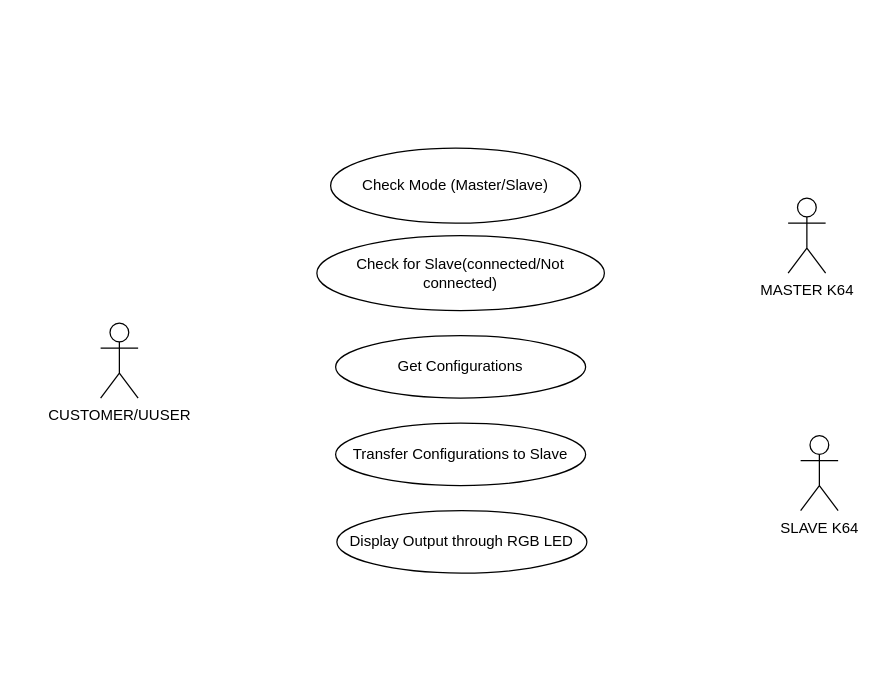
Before: LARA_usecase.drawio in francis-job/BLOCK_DIAGRAMS, a draw.io diagram. Source tidied: cells renumbered, new cells numbered last; positions are measured from the earlier drawing's top-left corner, leaving out a move shared by most shapes. Both pictures are drawn from the tidied source at 125%, with x=0, y=0 at pixel (100, 148).
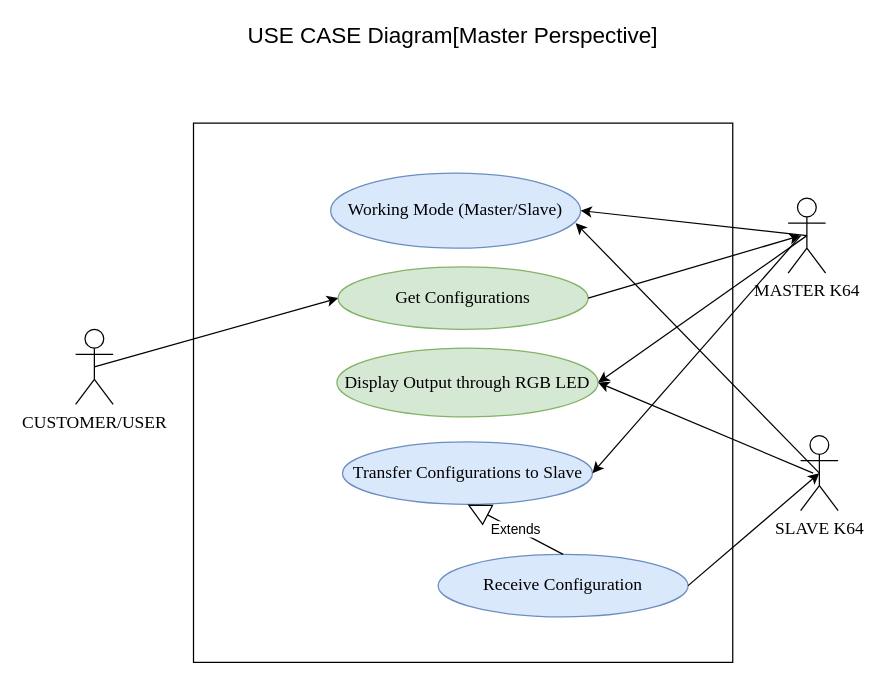
After the change.

What changed in the source:
```diff
@@
+    <mxCell id="10" style="whiteSpace=wrap;html=1;" parent="1" vertex="1">
+      <mxGeometry x="74.3" y="-20" width="431.4" height="431.4" as="geometry" />
+    </mxCell>
-    <mxCell id="2" value="Check Mode (Master/Slave)" style="ellipse;whiteSpace=wrap;html=1;" parent="1" vertex="1">
-      <mxGeometry x="184" width="200" height="60" as="geometry" />
+    <mxCell id="2" value="&lt;font style=&quot;font-size: 14px&quot; face=&quot;Times New Roman&quot;&gt;Working Mode (Master/Slave)&lt;/font&gt;" style="ellipse;whiteSpace=wrap;html=1;fillColor=#dae8fc;strokeColor=#6c8ebf;" parent="1" vertex="1">
+      <mxGeometry x="184" y="20" width="200" height="60" as="geometry" />
     </mxCell>
-    <mxCell id="3" value="Check for Slave(connected/Not connected)" style="ellipse;whiteSpace=wrap;html=1;" parent="1" vertex="1">
-      <mxGeometry x="173" y="70" width="230" height="60" as="geometry" />
-    </mxCell>
-    <mxCell id="4" value="Get Configurations" style="ellipse;whiteSpace=wrap;html=1;" parent="1" vertex="1">
-      <mxGeometry x="188" y="150" width="200" height="50" as="geometry" />
+    <mxCell id="4" value="&lt;font style=&quot;font-size: 14px&quot; face=&quot;Times New Roman&quot;&gt;Get Configurations&lt;/font&gt;" style="ellipse;whiteSpace=wrap;html=1;fillColor=#d5e8d4;strokeColor=#82b366;" parent="1" vertex="1">
+      <mxGeometry x="190" y="95" width="200" height="50" as="geometry" />
     </mxCell>
-    <mxCell id="5" value="Transfer Configurations to Slave" style="ellipse;whiteSpace=wrap;html=1;" parent="1" vertex="1">
-      <mxGeometry x="188" y="220" width="200" height="50" as="geometry" />
+    <mxCell id="5" value="&lt;font style=&quot;font-size: 14px&quot; face=&quot;Times New Roman&quot;&gt;Transfer Configurations to Slave&lt;/font&gt;" style="ellipse;whiteSpace=wrap;html=1;fillColor=#dae8fc;strokeColor=#6c8ebf;" parent="1" vertex="1">
+      <mxGeometry x="193.5" y="235" width="200" height="50" as="geometry" />
     </mxCell>
-    <mxCell id="6" value="Display Output through RGB LED" style="ellipse;whiteSpace=wrap;html=1;" parent="1" vertex="1">
-      <mxGeometry x="189" y="290" width="200" height="50" as="geometry" />
+    <mxCell id="6" value="&lt;font style=&quot;font-size: 14px&quot; face=&quot;Times New Roman&quot;&gt;Display Output through RGB LED&lt;/font&gt;" style="ellipse;whiteSpace=wrap;html=1;fillColor=#d5e8d4;strokeColor=#82b366;" parent="1" vertex="1">
+      <mxGeometry x="189" y="160" width="209" height="55" as="geometry" />
     </mxCell>
-    <mxCell id="7" value="CUSTOMER/UUSER" style="shape=umlActor;verticalLabelPosition=bottom;verticalAlign=top;html=1;" parent="1" vertex="1">
-      <mxGeometry y="140" width="30" height="60" as="geometry" />
+    <mxCell id="7" value="&lt;font face=&quot;Times New Roman&quot; style=&quot;font-size: 14px&quot;&gt;CUSTOMER/USER&lt;/font&gt;" style="shape=umlActor;verticalLabelPosition=bottom;verticalAlign=top;html=1;" parent="1" vertex="1">
+      <mxGeometry x="-20" y="145" width="30" height="60" as="geometry" />
     </mxCell>
-    <mxCell id="8" value="MASTER K64" style="shape=umlActor;verticalLabelPosition=bottom;verticalAlign=top;html=1;direction=east;" parent="1" vertex="1">
+    <mxCell id="8" value="&lt;font style=&quot;font-size: 14px&quot; face=&quot;Times New Roman&quot;&gt;MASTER K64&lt;/font&gt;" style="shape=umlActor;verticalLabelPosition=bottom;verticalAlign=top;html=1;direction=east;" parent="1" vertex="1">
       <mxGeometry x="550" y="40" width="30" height="60" as="geometry" />
     </mxCell>
-    <mxCell id="9" value="SLAVE K64" style="shape=umlActor;verticalLabelPosition=bottom;verticalAlign=top;html=1;" parent="1" vertex="1">
+    <mxCell id="9" value="&lt;font face=&quot;Times New Roman&quot; style=&quot;font-size: 14px&quot;&gt;SLAVE K64&lt;/font&gt;" style="shape=umlActor;verticalLabelPosition=bottom;verticalAlign=top;html=1;" parent="1" vertex="1">
       <mxGeometry x="560" y="230" width="30" height="60" as="geometry" />
     </mxCell>
+    <mxCell id="11" value="&lt;font style=&quot;font-size: 18px&quot;&gt;USE CASE Diagram[Master Perspective]&amp;nbsp;&lt;/font&gt;" style="text;html=1;align=center;verticalAlign=middle;" parent="1" vertex="1">
+      <mxGeometry x="109" y="-100" width="350" height="20" as="geometry" />
+    </mxCell>
+    <mxCell id="12" style="endArrow=classic;html=1;exitX=0.5;exitY=0.5;exitDx=0;exitDy=0;exitPerimeter=0;entryX=0;entryY=0.5;entryDx=0;entryDy=0;" parent="1" edge="1" source="7" target="4">
+      <mxGeometry relative="1" as="geometry" />
+    </mxCell>
+    <mxCell id="13" style="endArrow=classic;html=1;exitX=0.5;exitY=0.5;exitDx=0;exitDy=0;exitPerimeter=0;entryX=1;entryY=0.5;entryDx=0;entryDy=0;" parent="1" edge="1" source="8" target="2">
+      <mxGeometry relative="1" as="geometry" />
+    </mxCell>
+    <mxCell id="14" style="endArrow=classic;html=1;entryX=1;entryY=0.5;entryDx=0;entryDy=0;exitX=1;exitY=0.5;exitDx=0;exitDy=0;" parent="1" edge="1" source="4">
+      <mxGeometry relative="1" as="geometry">
+        <mxPoint x="560" y="70" as="targetPoint" />
+      </mxGeometry>
+    </mxCell>
+    <mxCell id="15" style="endArrow=classic;html=1;entryX=1;entryY=0.5;entryDx=0;entryDy=0;" parent="1" edge="1" target="5">
+      <mxGeometry relative="1" as="geometry">
+        <mxPoint x="560" y="70" as="sourcePoint" />
+      </mxGeometry>
+    </mxCell>
+    <mxCell id="16" style="endArrow=classic;html=1;exitX=0.5;exitY=0.5;exitDx=0;exitDy=0;exitPerimeter=0;entryX=0.98;entryY=0.667;entryDx=0;entryDy=0;entryPerimeter=0;" parent="1" edge="1" source="9" target="2">
+      <mxGeometry relative="1" as="geometry" />
+    </mxCell>
+    <mxCell id="17" value="&lt;font style=&quot;font-size: 14px&quot; face=&quot;Times New Roman&quot;&gt;Receive Configuration&lt;/font&gt;" style="ellipse;whiteSpace=wrap;html=1;fillColor=#dae8fc;strokeColor=#6c8ebf;" parent="1" vertex="1">
+      <mxGeometry x="270" y="325" width="200" height="50" as="geometry" />
+    </mxCell>
+    <mxCell id="18" style="endArrow=classic;html=1;exitX=1;exitY=0.5;exitDx=0;exitDy=0;entryX=0.5;entryY=0.5;entryDx=0;entryDy=0;entryPerimeter=0;" parent="1" edge="1" source="17" target="9">
+      <mxGeometry relative="1" as="geometry" />
+    </mxCell>
+    <mxCell id="19" value="Extends" style="endArrow=block;endSize=16;endFill=0;html=1;entryX=0.5;entryY=1;entryDx=0;entryDy=0;exitX=0.5;exitY=0;exitDx=0;exitDy=0;" parent="1" edge="1" source="17" target="5">
+      <mxGeometry relative="1" as="geometry" />
+    </mxCell>
+    <mxCell id="20" style="endArrow=classic;html=1;exitX=0.5;exitY=0.5;exitDx=0;exitDy=0;exitPerimeter=0;entryX=1;entryY=0.5;entryDx=0;entryDy=0;" parent="1" edge="1" source="8" target="6">
+      <mxGeometry relative="1" as="geometry" />
+    </mxCell>
+    <mxCell id="21" style="endArrow=classic;html=1;entryX=1;entryY=0.5;entryDx=0;entryDy=0;" parent="1" edge="1" target="6">
+      <mxGeometry relative="1" as="geometry">
+        <mxPoint x="570" y="260" as="sourcePoint" />
+      </mxGeometry>
+    </mxCell>
```
